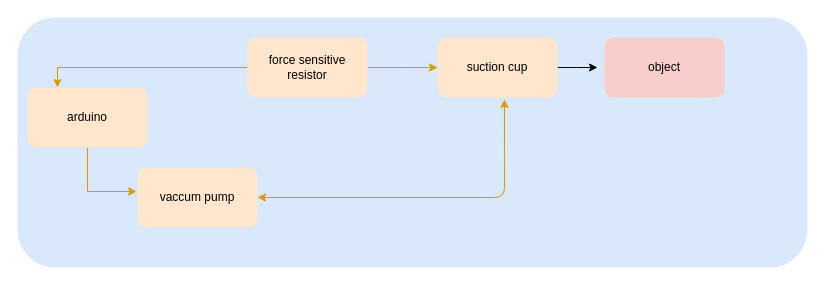
Above: Untitled Diagram.drawio in isVivek99/birthDate-prime-or-not (draw.io), before the change. Source tidied: cells renumbered, new cells numbered last; positions are measured from the earlier drawing's top-left corner, leaving out a move shared by most shapes. Both pictures are drawn from the tidied source at 100%, with x=0, y=0 at pixel (17, 17).
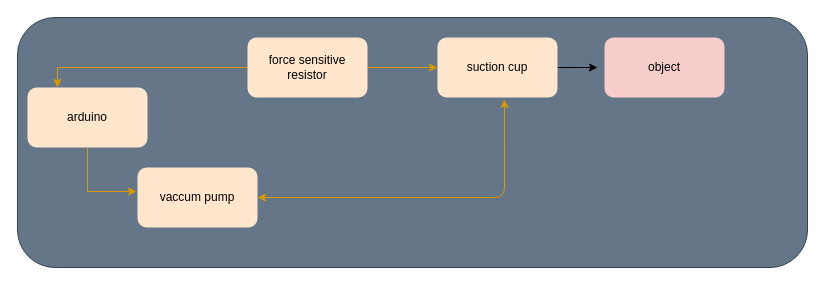
Above is the later version.

Diff of the diagram source:
```diff
@@
 <mxGraphModel>
   <root>
     <mxCell id="0" />
     <mxCell id="1" parent="0" />
-    <mxCell id="2" style="rounded=1;whiteSpace=wrap;html=1;fillColor=#dae8fc;strokeColor=none;" parent="1" vertex="1">
+    <mxCell id="2" style="rounded=1;whiteSpace=wrap;html=1;fillColor=#647687;strokeColor=#314354;fontColor=#ffffff;" parent="1" vertex="1">
       <mxGeometry width="790" height="250" as="geometry" />
     </mxCell>
     <mxCell id="3" style="edgeStyle=orthogonalEdgeStyle;rounded=0;jettySize=auto;html=1;fillColor=#ffe6cc;strokeColor=#d79b00;" parent="1" edge="1" source="5">
       <mxGeometry relative="1" as="geometry">
         <mxPoint x="420" y="50" as="targetPoint" />
       </mxGeometry>
     </mxCell>
     <mxCell id="4" style="edgeStyle=orthogonalEdgeStyle;rounded=0;jettySize=auto;html=1;entryX=0.25;entryY=0;entryDx=0;entryDy=0;fillColor=#ffe6cc;strokeColor=#d79b00;" parent="1" edge="1" source="5" target="9">
       <mxGeometry relative="1" as="geometry" />
     </mxCell>
     <mxCell id="5" value="force sensitive resistor" style="rounded=1;whiteSpace=wrap;html=1;fillColor=#ffe6cc;strokeColor=none;" parent="1" vertex="1">
       <mxGeometry x="230" y="20" width="120" height="60" as="geometry" />
     </mxCell>
     <mxCell id="6" style="edgeStyle=orthogonalEdgeStyle;rounded=0;jettySize=auto;html=1;" parent="1" edge="1" source="7">
       <mxGeometry relative="1" as="geometry">
         <mxPoint x="580" y="50" as="targetPoint" />
       </mxGeometry>
     </mxCell>
     <mxCell id="7" value="suction cup" style="rounded=1;whiteSpace=wrap;html=1;fillColor=#ffe6cc;strokeColor=none;" parent="1" vertex="1">
       <mxGeometry x="420" y="20" width="120" height="60" as="geometry" />
     </mxCell>
     <mxCell id="8" style="edgeStyle=orthogonalEdgeStyle;rounded=0;jettySize=auto;html=1;entryX=-0.008;entryY=0.4;entryDx=0;entryDy=0;entryPerimeter=0;fillColor=#ffe6cc;strokeColor=#d79b00;" parent="1" edge="1" source="9" target="10">
       <mxGeometry relative="1" as="geometry" />
     </mxCell>
     <mxCell id="9" value="arduino" style="rounded=1;whiteSpace=wrap;html=1;fillColor=#ffe6cc;strokeColor=none;" parent="1" vertex="1">
       <mxGeometry x="10" y="70" width="120" height="60" as="geometry" />
     </mxCell>
     <mxCell id="10" value="vaccum pump" style="rounded=1;whiteSpace=wrap;html=1;fillColor=#ffe6cc;strokeColor=none;" parent="1" vertex="1">
       <mxGeometry x="120" y="150" width="120" height="60" as="geometry" />
     </mxCell>
     <mxCell id="11" value="object" style="rounded=1;whiteSpace=wrap;html=1;fillColor=#f8cecc;strokeColor=none;" parent="1" vertex="1">
       <mxGeometry x="587" y="20" width="120" height="60" as="geometry" />
     </mxCell>
     <mxCell id="12" style="endArrow=classic;startArrow=classic;html=1;exitX=1;exitY=0.5;exitDx=0;exitDy=0;entryX=0.558;entryY=1.033;entryDx=0;entryDy=0;entryPerimeter=0;fillColor=#ffe6cc;strokeColor=#d79b00;" parent="1" edge="1" source="10" target="7">
       <mxGeometry relative="1" as="geometry">
         <Array as="points">
           <mxPoint x="487" y="180" />
         </Array>
       </mxGeometry>
     </mxCell>
   </root>
 </mxGraphModel>
```
